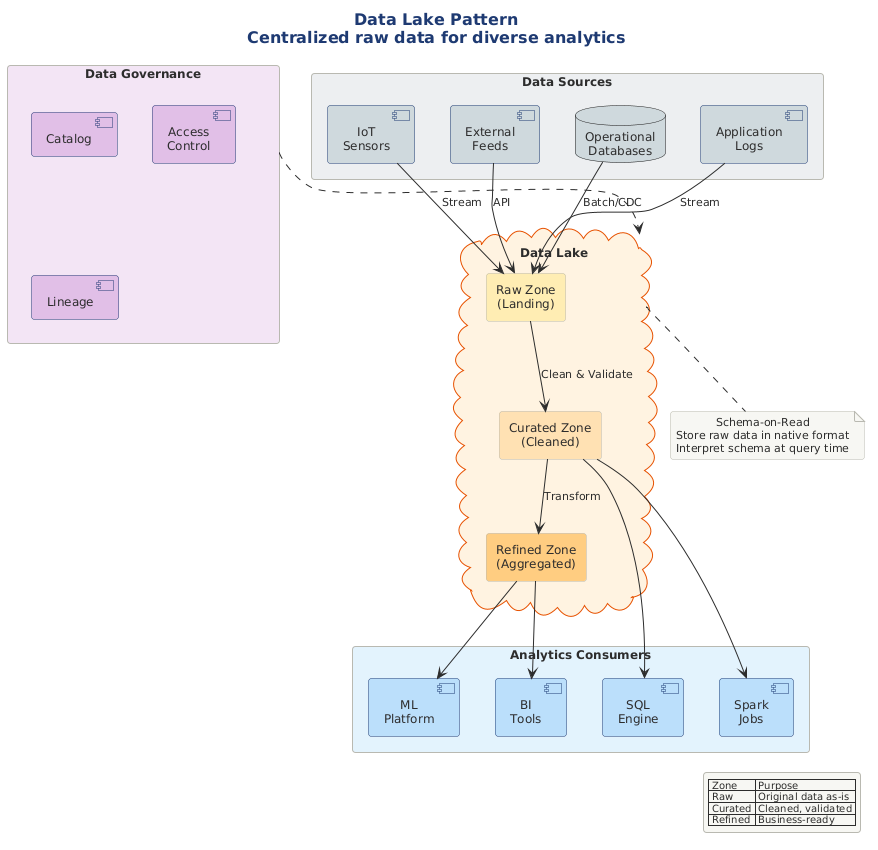
Above: src/architecture/views-and-beyond/style-catalogs/component-and-connector/shared-data-style/png/lake-pattern-centralized-raw-data-diverse.png in Notoriousjayy/latex-docs (PlantUML), before the change.
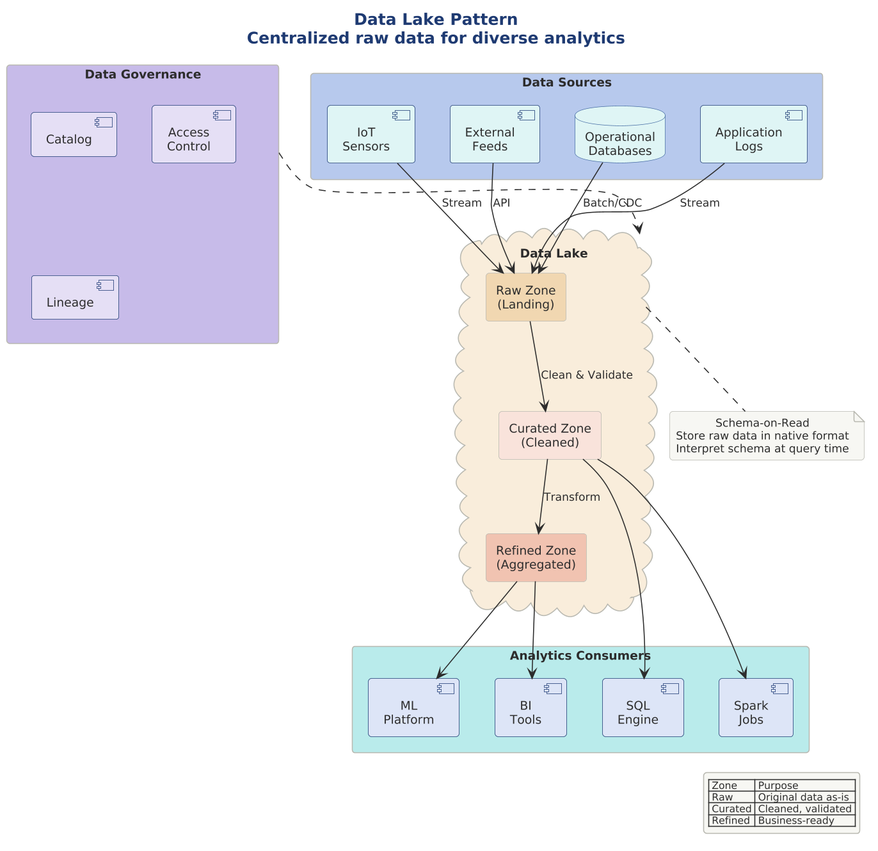
The same file after the commit.

Diff of the diagram source:
```diff
@@ -1,38 +1,38 @@
 @startuml
+
+skinparam dpi 150
+
+
+
 
 !include ../../../../../../tooling/styles/plantuml/structural/deployment-diagram-style.iuml
 
-skinparam cloud {
-    BackgroundColor #FFF3E0
-    BorderColor #E65100
+title Data Lake Pattern\nCentralized raw data for diverse analytics
+
+rectangle "Data Sources" as sources $deep_primary {
+    database "Operational\nDatabases" as opdb $fill_dynamic
+    [Application\nLogs] as logs $fill_dynamic
+    [IoT\nSensors] as iot $fill_dynamic
+    [External\nFeeds] as external $fill_dynamic
 }
 
-title Data Lake Pattern\nCentralized raw data for diverse analytics
-
-rectangle "Data Sources" as sources #ECEFF1 {
-    database "Operational\nDatabases" as opdb #CFD8DC
-    [Application\nLogs] as logs #CFD8DC
-    [IoT\nSensors] as iot #CFD8DC
-    [External\nFeeds] as external #CFD8DC
+cloud "Data Lake" as lake $fill_caution {
+    rectangle "Raw Zone\n(Landing)" as raw $deep_caution
+    rectangle "Curated Zone\n(Cleaned)" as curated $fill_invalid
+    rectangle "Refined Zone\n(Aggregated)" as refined $deep_invalid
 }
 
-cloud "Data Lake" as lake #FFF3E0 {
-    rectangle "Raw Zone\n(Landing)" as raw #FFECB3
-    rectangle "Curated Zone\n(Cleaned)" as curated #FFE0B2
-    rectangle "Refined Zone\n(Aggregated)" as refined #FFCC80
+rectangle "Analytics Consumers" as consumers $deep_dynamic {
+    [SQL\nEngine] as sql $fill_primary
+    [Spark\nJobs] as spark $fill_primary
+    [ML\nPlatform] as ml $fill_primary
+    [BI\nTools] as bi $fill_primary
 }
 
-rectangle "Analytics Consumers" as consumers #E3F2FD {
-    [SQL\nEngine] as sql #BBDEFB
-    [Spark\nJobs] as spark #BBDEFB
-    [ML\nPlatform] as ml #BBDEFB
-    [BI\nTools] as bi #BBDEFB
-}
-
-rectangle "Data Governance" as governance #F3E5F5 {
-    [Catalog] as catalog #E1BEE7
-    [Access\nControl] as access #E1BEE7
-    [Lineage] as lineage #E1BEE7
+rectangle "Data Governance" as governance $deep_alt {
+    [Catalog] as catalog $fill_alt
+    [Access\nControl] as access $fill_alt
+    [Lineage] as lineage $fill_alt
 }
 
 opdb --> raw : Batch/CDC
```
